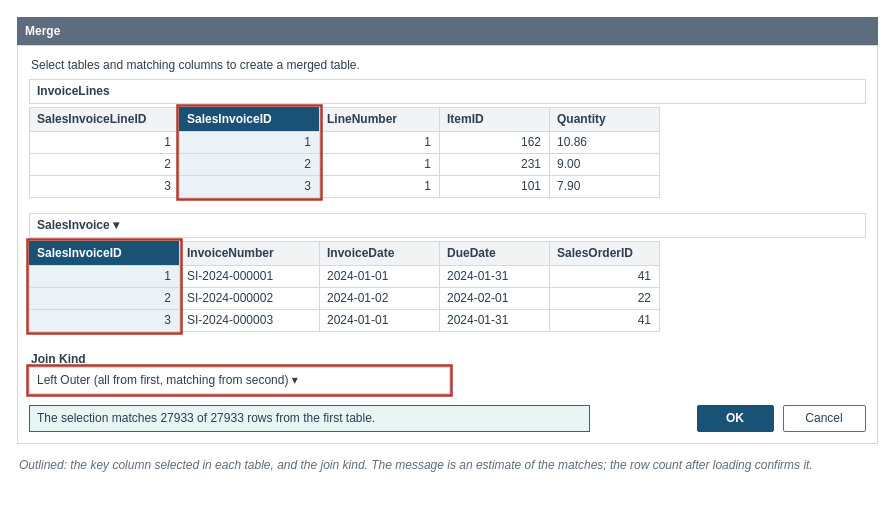
Before: visuals/src/fig-05-06-merge-dialog.drawio in mmcodesso/Accounting_Analytics_Book, a draw.io diagram. Source tidied: cells renumbered, new cells numbered last; positions are measured from the earlier drawing's top-left corner, leaving out a move shared by most shapes. Both pictures are drawn from the tidied source at 100%, with x=0, y=0 at pixel (17, 17).
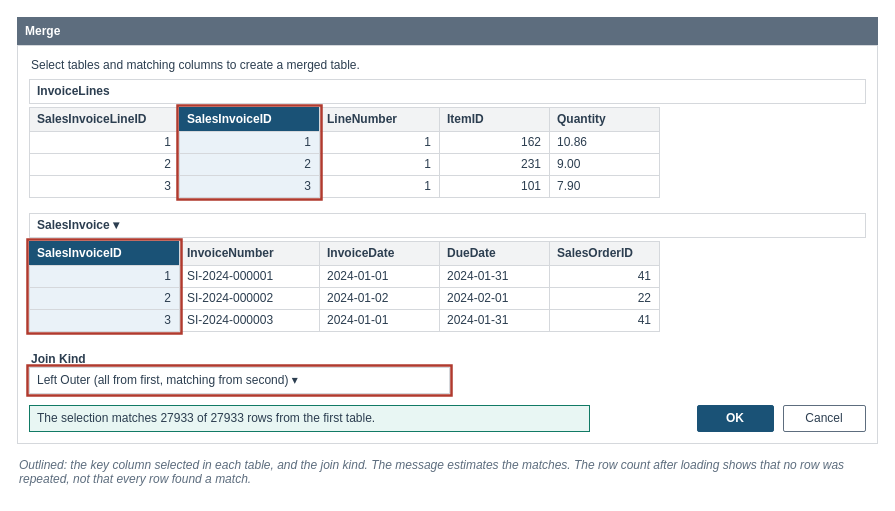
Above is the later version.

Change to the diagram source:
```diff
@@
-    <mxCell id="53" value="&lt;i&gt;Outlined: the key column selected in each table, and the join kind. The message is an estimate of the matches; the row count after loading confirms it.&lt;/i&gt;" style="text;html=1;whiteSpace=wrap;align=left;verticalAlign=top;fontSize=12;fontColor=#5D6D7E;fontStyle=0;fontFamily=Helvetica;spacing=2;fillColor=none;strokeColor=none;" parent="1" vertex="1">
+    <mxCell id="53" value="&lt;i&gt;Outlined: the key column selected in each table, and the join kind. The message estimates the matches. The row count after loading shows that no row was repeated, not that every row found a match.&lt;/i&gt;" style="text;html=1;whiteSpace=wrap;align=left;verticalAlign=top;fontSize=12;fontColor=#5D6D7E;fontStyle=0;fontFamily=Helvetica;spacing=2;fillColor=none;strokeColor=none;" parent="1" vertex="1">
       <mxGeometry y="434" width="860" height="40" as="geometry" />
     </mxCell>
```
